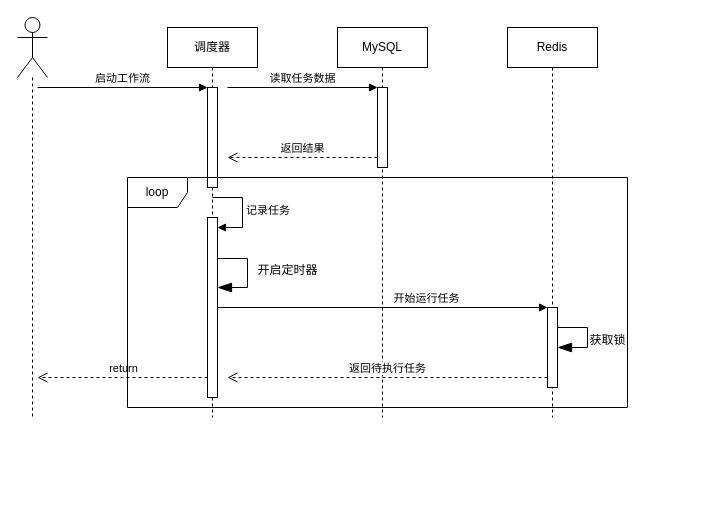
Above: 任务调度时序图.drawio in tianshengdiwangK/common (draw.io), before the change. Source tidied: cells renumbered, new cells numbered last; positions are measured from the earlier drawing's top-left corner, leaving out a move shared by most shapes. Both pictures are drawn from the tidied source at 100%, with x=0, y=0 at pixel (17, 17).
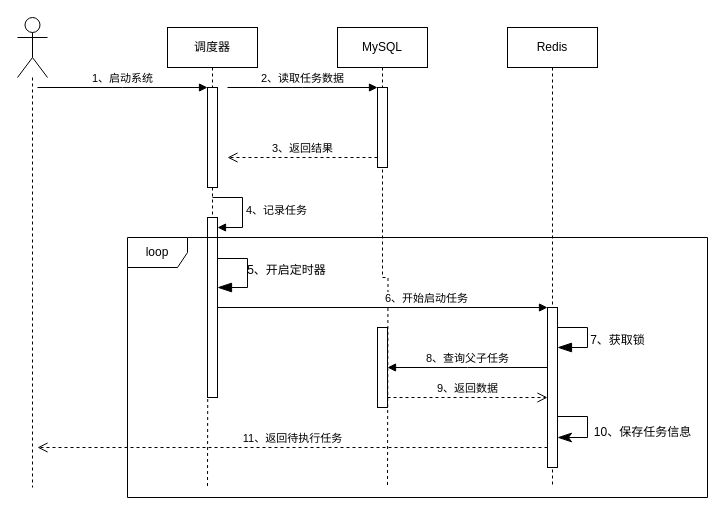
The same diagram, later.

Commit message:
更新任务调度时序图.drawio

Unchanged cells that the change refers to:
```xml
<mxCell id="3" style="shape=umlActor;verticalLabelPosition=bottom;verticalAlign=top;html=1;outlineConnect=0;" parent="1" vertex="1">
  <mxGeometry width="30" height="60" as="geometry" />
</mxCell>
<mxCell id="5" value="调度器" style="rounded=0;whiteSpace=wrap;html=1;" parent="1" vertex="1">
  <mxGeometry x="150" y="10" width="90" height="40" as="geometry" />
</mxCell>
<mxCell id="7" value="MySQL" style="rounded=0;whiteSpace=wrap;html=1;" parent="1" vertex="1">
  <mxGeometry x="320" y="10" width="90" height="40" as="geometry" />
</mxCell>
<mxCell id="9" value="Redis" style="rounded=0;whiteSpace=wrap;html=1;" parent="1" vertex="1">
  <mxGeometry x="490" y="10" width="90" height="40" as="geometry" />
</mxCell>
<mxCell id="10" style="html=1;points=[];perimeter=orthogonalPerimeter;outlineConnect=0;targetShapes=umlLifeline;portConstraint=eastwest;newEdgeStyle={&quot;edgeStyle&quot;:&quot;elbowEdgeStyle&quot;,&quot;elbow&quot;:&quot;vertical&quot;,&quot;curved&quot;:0,&quot;rounded&quot;:0};" parent="1" vertex="1">
  <mxGeometry x="190" y="70" width="10" height="100" as="geometry" />
</mxCell>
<mxCell id="12" style="html=1;points=[];perimeter=orthogonalPerimeter;outlineConnect=0;targetShapes=umlLifeline;portConstraint=eastwest;newEdgeStyle={&quot;edgeStyle&quot;:&quot;elbowEdgeStyle&quot;,&quot;elbow&quot;:&quot;vertical&quot;,&quot;curved&quot;:0,&quot;rounded&quot;:0};" parent="1" vertex="1">
  <mxGeometry x="360" y="70" width="10" height="80" as="geometry" />
</mxCell>
<mxCell id="15" style="html=1;points=[];perimeter=orthogonalPerimeter;outlineConnect=0;targetShapes=umlLifeline;portConstraint=eastwest;newEdgeStyle={&quot;edgeStyle&quot;:&quot;elbowEdgeStyle&quot;,&quot;elbow&quot;:&quot;vertical&quot;,&quot;curved&quot;:0,&quot;rounded&quot;:0};" parent="1" vertex="1">
  <mxGeometry x="190" y="200" width="10" height="180" as="geometry" />
</mxCell>
```

The edit, as a diff of the source:
```diff
@@
     <mxCell id="2" style="edgeStyle=orthogonalEdgeStyle;rounded=0;jettySize=auto;html=1;dashed=1;endArrow=none;endFill=0;" parent="1" edge="1" source="3">
       <mxGeometry relative="1" as="geometry">
-        <mxPoint x="15" y="400" as="targetPoint" />
+        <mxPoint x="15" y="470" as="targetPoint" />
       </mxGeometry>
     </mxCell>
@@
     <mxCell id="4" style="edgeStyle=orthogonalEdgeStyle;rounded=0;jettySize=auto;html=1;dashed=1;endArrow=none;endFill=0;" parent="1" edge="1" source="5">
       <mxGeometry relative="1" as="geometry">
-        <mxPoint x="195" y="400" as="targetPoint" />
+        <mxPoint x="190" y="470" as="targetPoint" />
       </mxGeometry>
     </mxCell>
@@
     <mxCell id="6" style="edgeStyle=orthogonalEdgeStyle;rounded=0;jettySize=auto;html=1;dashed=1;endArrow=none;endFill=0;" parent="1" edge="1" source="7">
       <mxGeometry relative="1" as="geometry">
-        <mxPoint x="365" y="400" as="targetPoint" />
+        <mxPoint x="370" y="470" as="targetPoint" />
       </mxGeometry>
     </mxCell>
@@
     <mxCell id="8" style="edgeStyle=orthogonalEdgeStyle;rounded=0;jettySize=auto;html=1;endArrow=none;endFill=0;dashed=1;" parent="1" edge="1" source="9">
       <mxGeometry relative="1" as="geometry">
-        <mxPoint x="535" y="400" as="targetPoint" />
+        <mxPoint x="535" y="470" as="targetPoint" />
       </mxGeometry>
     </mxCell>
@@
-    <mxCell id="11" value="启动工作流" style="html=1;verticalAlign=bottom;startArrow=none;endArrow=block;startSize=8;edgeStyle=elbowEdgeStyle;elbow=vertical;curved=0;rounded=0;startFill=0;" parent="1" edge="1" target="10">
+    <mxCell id="11" value="1、启动系统" style="html=1;verticalAlign=bottom;startArrow=none;endArrow=block;startSize=8;edgeStyle=elbowEdgeStyle;elbow=vertical;curved=0;rounded=0;startFill=0;" parent="1" edge="1" target="10">
       <mxGeometry relative="1" as="geometry">
         <mxPoint x="20" y="70" as="sourcePoint" />
       </mxGeometry>
     </mxCell>
@@
-    <mxCell id="13" value="读取任务数据" style="html=1;verticalAlign=bottom;endArrow=block;edgeStyle=elbowEdgeStyle;elbow=vertical;curved=0;rounded=0;" parent="1" edge="1" target="12">
+    <mxCell id="13" value="2、读取任务数据" style="html=1;verticalAlign=bottom;endArrow=block;edgeStyle=elbowEdgeStyle;elbow=vertical;curved=0;rounded=0;" parent="1" edge="1" target="12">
       <mxGeometry relative="1" as="geometry">
         <mxPoint x="210" y="70" as="sourcePoint" />
       </mxGeometry>
     </mxCell>
-    <mxCell id="14" value="返回结果" style="html=1;verticalAlign=bottom;endArrow=open;dashed=1;endSize=8;edgeStyle=elbowEdgeStyle;elbow=vertical;curved=0;rounded=0;" parent="1" edge="1" source="12">
+    <mxCell id="14" value="3、返回结果" style="html=1;verticalAlign=bottom;endArrow=open;dashed=1;endSize=8;edgeStyle=elbowEdgeStyle;elbow=vertical;curved=0;rounded=0;" parent="1" edge="1" source="12">
       <mxGeometry relative="1" as="geometry">
         <mxPoint x="210" y="140" as="targetPoint" />
       </mxGeometry>
     </mxCell>
@@
-    <mxCell id="16" value="记录任务" style="html=1;align=left;spacingLeft=2;endArrow=block;rounded=0;edgeStyle=orthogonalEdgeStyle;curved=0;rounded=0;" parent="1" edge="1" target="15">
-      <mxGeometry x="0.01" relative="1" as="geometry">
+    <mxCell id="16" value="4、记录任务" style="html=1;align=left;spacingLeft=2;endArrow=block;rounded=0;edgeStyle=orthogonalEdgeStyle;curved=0;rounded=0;" parent="1" edge="1" target="15">
+      <mxGeometry relative="1" as="geometry">
         <mxPoint x="195" y="180" as="sourcePoint" />
         <Array as="points">
           <mxPoint x="225" y="210" />
         </Array>
       </mxGeometry>
     </mxCell>
@@
-    <mxCell id="18" value="开启定时器" style="text;html=1;align=center;verticalAlign=middle;strokeColor=none;fillColor=none;" parent="1" vertex="1">
-      <mxGeometry x="230" y="238" width="80" height="30" as="geometry" />
+    <mxCell id="18" value="5、开启定时器" style="text;html=1;align=center;verticalAlign=middle;strokeColor=none;fillColor=none;" parent="1" vertex="1">
+      <mxGeometry x="219" y="238" width="100" height="30" as="geometry" />
     </mxCell>
     <mxCell id="19" style="html=1;points=[];perimeter=orthogonalPerimeter;outlineConnect=0;targetShapes=umlLifeline;portConstraint=eastwest;newEdgeStyle={&quot;edgeStyle&quot;:&quot;elbowEdgeStyle&quot;,&quot;elbow&quot;:&quot;vertical&quot;,&quot;curved&quot;:0,&quot;rounded&quot;:0};" parent="1" vertex="1">
-      <mxGeometry x="530" y="290" width="10" height="80" as="geometry" />
+      <mxGeometry x="530" y="290" width="10" height="160" as="geometry" />
     </mxCell>
-    <mxCell id="20" value="开始运行任务" style="html=1;verticalAlign=bottom;endArrow=block;edgeStyle=elbowEdgeStyle;elbow=vertical;curved=0;rounded=0;" parent="1" edge="1" target="19">
+    <mxCell id="20" value="6、开始启动任务" style="html=1;verticalAlign=bottom;endArrow=block;edgeStyle=elbowEdgeStyle;elbow=vertical;curved=0;rounded=0;" parent="1" edge="1" target="19">
       <mxGeometry x="0.59" relative="1" as="geometry">
         <mxPoint x="460" y="290" as="sourcePoint" />
         <Array as="points">
           <mxPoint x="200" y="290" />
         </Array>
       </mxGeometry>
     </mxCell>
-    <mxCell id="21" value="返回待执行任务" style="html=1;verticalAlign=bottom;endArrow=open;dashed=1;endSize=8;edgeStyle=elbowEdgeStyle;elbow=vertical;curved=0;rounded=0;" parent="1" edge="1" source="19">
+    <mxCell id="21" value="11、返回待执行任务" style="html=1;verticalAlign=bottom;endArrow=open;dashed=1;endSize=8;edgeStyle=elbowEdgeStyle;elbow=vertical;curved=0;rounded=0;" parent="1" edge="1">
       <mxGeometry relative="1" as="geometry">
-        <mxPoint x="210" y="360" as="targetPoint" />
+        <mxPoint x="530" y="430" as="sourcePoint" />
+        <mxPoint x="20" y="430" as="targetPoint" />
+        <Array as="points">
+          <mxPoint x="440" y="430" />
+        </Array>
       </mxGeometry>
     </mxCell>
@@
-    <mxCell id="23" value="获取锁" style="text;html=1;align=center;verticalAlign=middle;strokeColor=none;fillColor=none;" parent="1" vertex="1">
-      <mxGeometry x="560" y="308" width="60" height="30" as="geometry" />
+    <mxCell id="23" value="7、获取锁" style="text;html=1;align=center;verticalAlign=middle;strokeColor=none;fillColor=none;" parent="1" vertex="1">
+      <mxGeometry x="560" y="308" width="80" height="30" as="geometry" />
     </mxCell>
-    <mxCell id="24" value="return" style="html=1;verticalAlign=bottom;endArrow=open;dashed=1;endSize=8;edgeStyle=elbowEdgeStyle;elbow=horizontal;curved=0;rounded=0;" parent="1" edge="1">
-      <mxGeometry x="-0.01" relative="1" as="geometry">
-        <mxPoint x="190" y="360" as="sourcePoint" />
-        <mxPoint x="20" y="360" as="targetPoint" />
-      </mxGeometry>
-    </mxCell>
+    <mxCell id="26" style="endArrow=classicThin;endFill=1;endSize=12;html=1;rounded=0;edgeStyle=orthogonalEdgeStyle;" parent="1" edge="1">
+      <mxGeometry relative="1" as="geometry">
+        <mxPoint x="540" y="399" as="sourcePoint" />
+        <mxPoint x="540" y="420" as="targetPoint" />
+        <Array as="points">
+          <mxPoint x="570" y="399" />
+          <mxPoint x="570" y="420" />
+        </Array>
+      </mxGeometry>
+    </mxCell>
+    <mxCell id="27" value="10、保存任务信息" style="text;html=1;align=center;verticalAlign=middle;strokeColor=none;fillColor=none;" parent="1" vertex="1">
+      <mxGeometry x="565" y="400" width="120" height="30" as="geometry" />
+    </mxCell>
+    <mxCell id="28" style="html=1;points=[];perimeter=orthogonalPerimeter;outlineConnect=0;targetShapes=umlLifeline;portConstraint=eastwest;newEdgeStyle={&quot;edgeStyle&quot;:&quot;elbowEdgeStyle&quot;,&quot;elbow&quot;:&quot;vertical&quot;,&quot;curved&quot;:0,&quot;rounded&quot;:0};" parent="1" vertex="1">
+      <mxGeometry x="360" y="310" width="10" height="80" as="geometry" />
+    </mxCell>
+    <mxCell id="29" value="8、查询父子任务" style="html=1;verticalAlign=bottom;endArrow=block;edgeStyle=elbowEdgeStyle;elbow=vertical;curved=0;rounded=0;" parent="1" edge="1" source="19" target="28">
+      <mxGeometry relative="1" as="geometry" />
+    </mxCell>
+    <mxCell id="30" value="9、返回数据" style="html=1;verticalAlign=bottom;endArrow=open;dashed=1;endSize=8;edgeStyle=elbowEdgeStyle;elbow=vertical;curved=0;rounded=0;" parent="1" edge="1" source="28" target="19">
+      <mxGeometry relative="1" as="geometry">
+        <Array as="points">
+          <mxPoint x="500" y="380" />
+        </Array>
+      </mxGeometry>
+    </mxCell>
     <mxCell id="25" value="loop" style="shape=umlFrame;whiteSpace=wrap;html=1;" parent="1" vertex="1">
-      <mxGeometry x="110" y="160" width="500" height="230" as="geometry" />
+      <mxGeometry x="110" y="220" width="580" height="260" as="geometry" />
     </mxCell>
```
